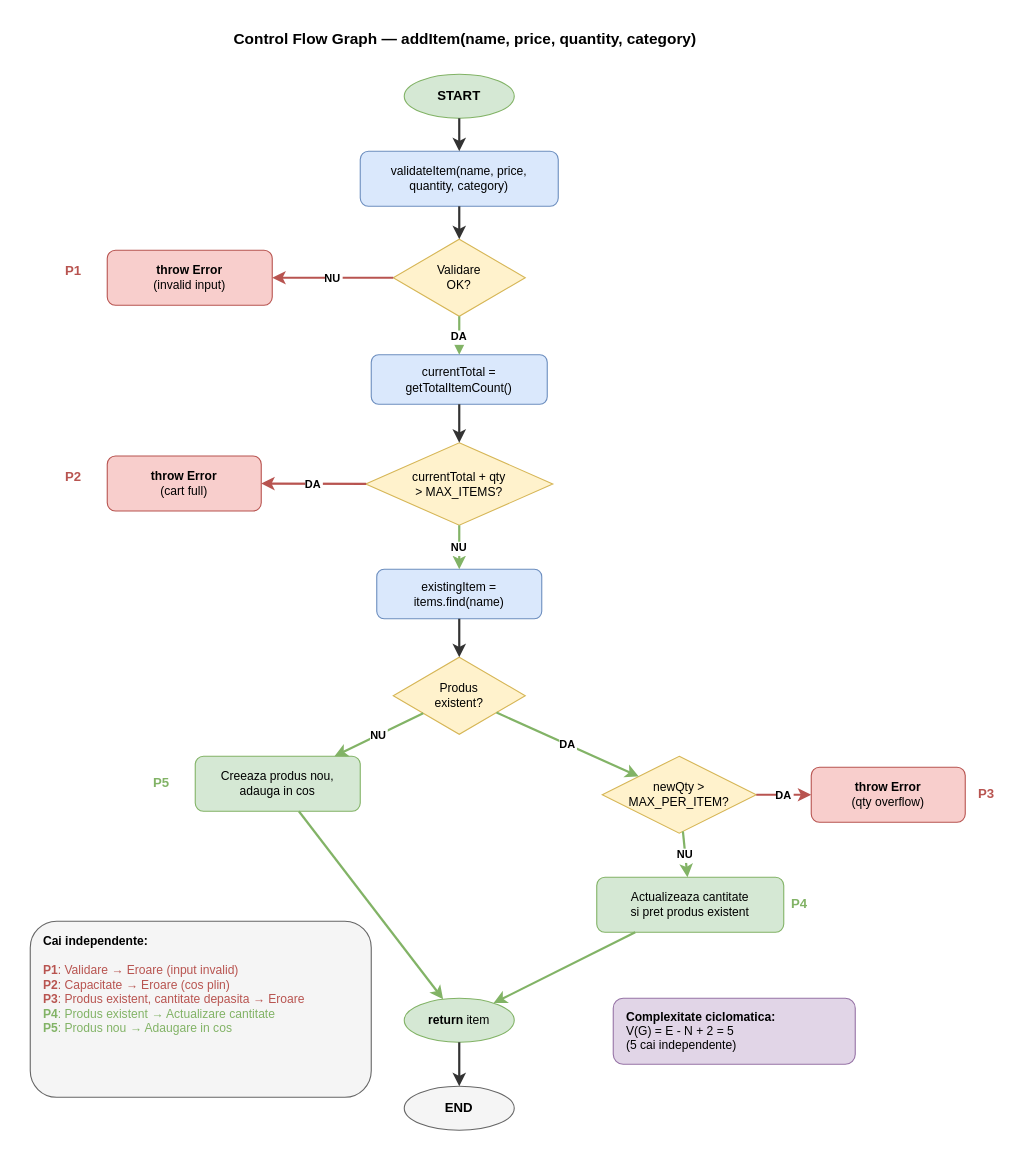
This is diagrams/4_cfg_addItem.drawio from bogdan-velicu/tss-proiect-javascript, a draw.io file, before an edit. Source tidied: cells renumbered, new cells numbered last; positions are measured from the earlier drawing's top-left corner, leaving out a move shared by most shapes. Both pictures are drawn from the tidied source at 110%, with x=0, y=0 at pixel (30, 19).
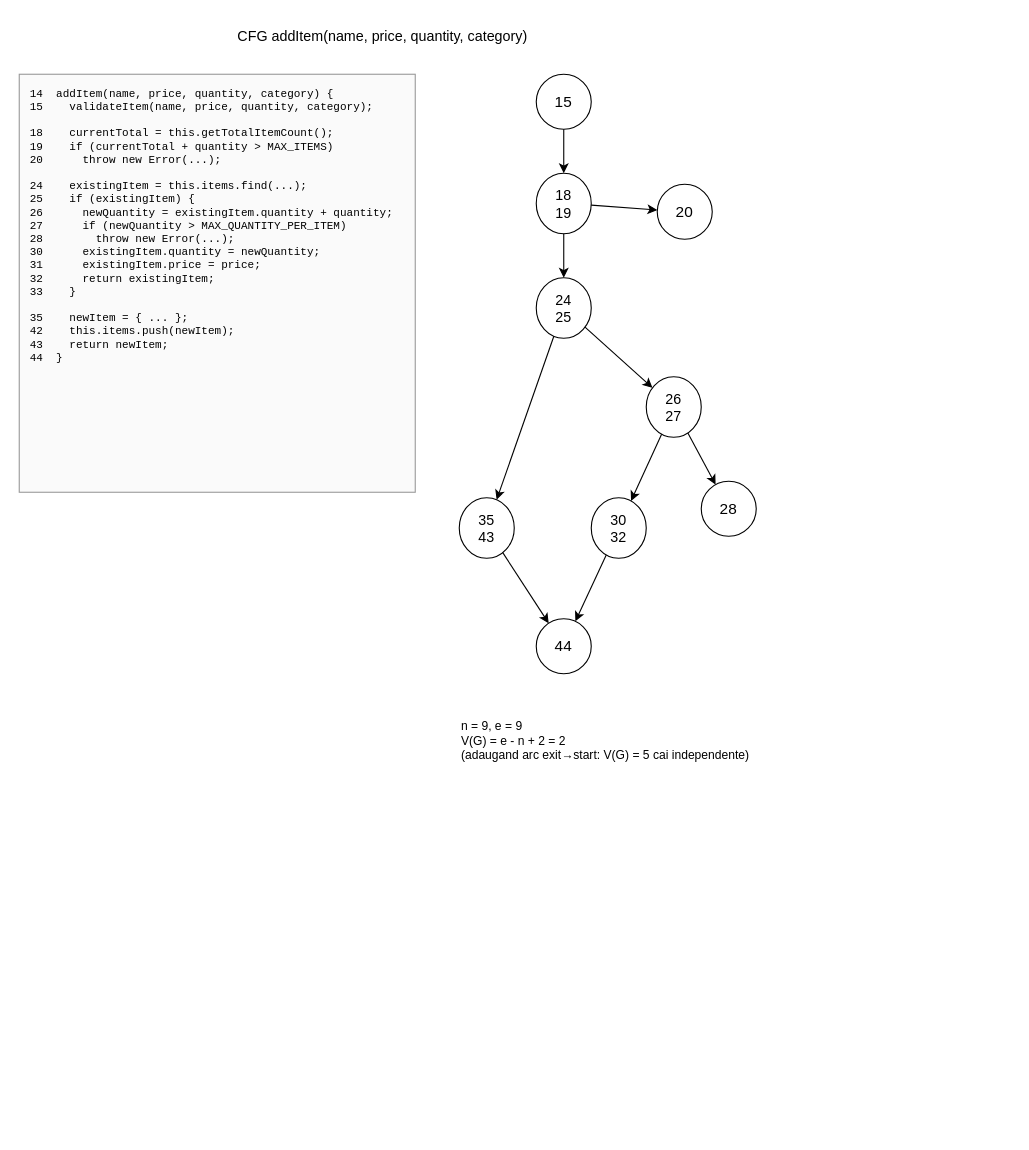
After the change.

Commit message (it also covers changes not shown here):
refacut graful CFG addItem in stilul cursului

Change to the diagram source:
```diff
@@
-    <mxCell id="2" value="&lt;b&gt;Control Flow Graph — addItem(name, price, quantity, category)&lt;/b&gt;" style="text;html=1;align=center;verticalAlign=middle;fontSize=14;strokeColor=none;fillColor=none;" parent="1" vertex="1">
-      <mxGeometry x="120" width="550" height="35" as="geometry" />
+    <mxCell id="2" value="CFG addItem(name, price, quantity, category)" style="text;html=1;align=center;verticalAlign=middle;fontSize=13;strokeColor=none;fillColor=none;" parent="1" vertex="1">
+      <mxGeometry x="90" width="460" height="30" as="geometry" />
     </mxCell>
-    <mxCell id="3" value="&lt;b&gt;START&lt;/b&gt;" style="ellipse;whiteSpace=wrap;html=1;fillColor=#d5e8d4;strokeColor=#82b366;fontSize=12;" parent="1" vertex="1">
-      <mxGeometry x="340" y="50" width="100" height="40" as="geometry" />
-    </mxCell>
-    <mxCell id="4" value="validateItem(name, price,&lt;br&gt;quantity, category)" style="rounded=1;whiteSpace=wrap;html=1;fillColor=#dae8fc;strokeColor=#6c8ebf;fontSize=11;" parent="1" vertex="1">
-      <mxGeometry x="300" y="120" width="180" height="50" as="geometry" />
-    </mxCell>
-    <mxCell id="5" style="strokeColor=#333;strokeWidth=2;" parent="1" edge="1" source="3" target="4">
-      <mxGeometry relative="1" as="geometry" />
-    </mxCell>
-    <mxCell id="6" value="Validare&lt;br&gt;OK?" style="rhombus;whiteSpace=wrap;html=1;fillColor=#fff2cc;strokeColor=#d6b656;fontSize=11;" parent="1" vertex="1">
-      <mxGeometry x="330" y="200" width="120" height="70" as="geometry" />
-    </mxCell>
-    <mxCell id="7" style="strokeColor=#333;strokeWidth=2;" parent="1" edge="1" source="4" target="6">
-      <mxGeometry relative="1" as="geometry" />
-    </mxCell>
-    <mxCell id="8" value="&lt;b&gt;throw Error&lt;/b&gt;&lt;br&gt;(invalid input)" style="rounded=1;whiteSpace=wrap;html=1;fillColor=#f8cecc;strokeColor=#b85450;fontSize=11;" parent="1" vertex="1">
-      <mxGeometry x="70" y="210" width="150" height="50" as="geometry" />
-    </mxCell>
-    <mxCell id="9" value="NU" style="strokeColor=#b85450;strokeWidth=2;fontStyle=1;fontSize=10;" parent="1" edge="1" source="6" target="8">
-      <mxGeometry relative="1" as="geometry" />
-    </mxCell>
-    <mxCell id="10" value="&lt;b&gt;P1&lt;/b&gt;" style="text;html=1;fontSize=12;fontColor=#b85450;strokeColor=none;fillColor=none;" parent="1" vertex="1">
-      <mxGeometry x="30" y="215" width="30" height="20" as="geometry" />
-    </mxCell>
-    <mxCell id="11" value="currentTotal =&lt;br&gt;getTotalItemCount()" style="rounded=1;whiteSpace=wrap;html=1;fillColor=#dae8fc;strokeColor=#6c8ebf;fontSize=11;" parent="1" vertex="1">
-      <mxGeometry x="310" y="305" width="160" height="45" as="geometry" />
-    </mxCell>
-    <mxCell id="12" value="DA" style="strokeColor=#82b366;strokeWidth=2;fontStyle=1;fontSize=10;" parent="1" edge="1" source="6" target="11">
-      <mxGeometry relative="1" as="geometry" />
-    </mxCell>
-    <mxCell id="13" value="currentTotal + qty&lt;br&gt;&amp;gt; MAX_ITEMS?" style="rhombus;whiteSpace=wrap;html=1;fillColor=#fff2cc;strokeColor=#d6b656;fontSize=11;" parent="1" vertex="1">
-      <mxGeometry x="305" y="385" width="170" height="75" as="geometry" />
-    </mxCell>
-    <mxCell id="14" style="strokeColor=#333;strokeWidth=2;" parent="1" edge="1" source="11" target="13">
-      <mxGeometry relative="1" as="geometry" />
-    </mxCell>
-    <mxCell id="15" value="&lt;b&gt;throw Error&lt;/b&gt;&lt;br&gt;(cart full)" style="rounded=1;whiteSpace=wrap;html=1;fillColor=#f8cecc;strokeColor=#b85450;fontSize=11;" parent="1" vertex="1">
-      <mxGeometry x="70" y="397" width="140" height="50" as="geometry" />
-    </mxCell>
-    <mxCell id="16" value="DA" style="strokeColor=#b85450;strokeWidth=2;fontStyle=1;fontSize=10;" parent="1" edge="1" source="13" target="15">
-      <mxGeometry relative="1" as="geometry" />
-    </mxCell>
-    <mxCell id="17" value="&lt;b&gt;P2&lt;/b&gt;" style="text;html=1;fontSize=12;fontColor=#b85450;strokeColor=none;fillColor=none;" parent="1" vertex="1">
-      <mxGeometry x="30" y="402" width="30" height="20" as="geometry" />
-    </mxCell>
-    <mxCell id="18" value="existingItem =&lt;br&gt;items.find(name)" style="rounded=1;whiteSpace=wrap;html=1;fillColor=#dae8fc;strokeColor=#6c8ebf;fontSize=11;" parent="1" vertex="1">
-      <mxGeometry x="315" y="500" width="150" height="45" as="geometry" />
-    </mxCell>
-    <mxCell id="19" value="NU" style="strokeColor=#82b366;strokeWidth=2;fontStyle=1;fontSize=10;" parent="1" edge="1" source="13" target="18">
-      <mxGeometry relative="1" as="geometry" />
-    </mxCell>
-    <mxCell id="20" value="Produs&lt;br&gt;existent?" style="rhombus;whiteSpace=wrap;html=1;fillColor=#fff2cc;strokeColor=#d6b656;fontSize=11;" parent="1" vertex="1">
-      <mxGeometry x="330" y="580" width="120" height="70" as="geometry" />
-    </mxCell>
-    <mxCell id="21" style="strokeColor=#333;strokeWidth=2;" parent="1" edge="1" source="18" target="20">
-      <mxGeometry relative="1" as="geometry" />
-    </mxCell>
-    <mxCell id="22" value="newQty &amp;gt;&lt;br&gt;MAX_PER_ITEM?" style="rhombus;whiteSpace=wrap;html=1;fillColor=#fff2cc;strokeColor=#d6b656;fontSize=11;" parent="1" vertex="1">
-      <mxGeometry x="520" y="670" width="140" height="70" as="geometry" />
-    </mxCell>
-    <mxCell id="23" value="DA" style="strokeColor=#82b366;strokeWidth=2;fontStyle=1;fontSize=10;" parent="1" edge="1" source="20" target="22">
-      <mxGeometry relative="1" as="geometry" />
-    </mxCell>
-    <mxCell id="24" value="&lt;b&gt;throw Error&lt;/b&gt;&lt;br&gt;(qty overflow)" style="rounded=1;whiteSpace=wrap;html=1;fillColor=#f8cecc;strokeColor=#b85450;fontSize=11;" parent="1" vertex="1">
-      <mxGeometry x="710" y="680" width="140" height="50" as="geometry" />
-    </mxCell>
-    <mxCell id="25" value="DA" style="strokeColor=#b85450;strokeWidth=2;fontStyle=1;fontSize=10;" parent="1" edge="1" source="22" target="24">
-      <mxGeometry relative="1" as="geometry" />
-    </mxCell>
-    <mxCell id="26" value="&lt;b&gt;P3&lt;/b&gt;" style="text;html=1;fontSize=12;fontColor=#b85450;strokeColor=none;fillColor=none;" parent="1" vertex="1">
-      <mxGeometry x="860" y="690" width="30" height="20" as="geometry" />
-    </mxCell>
-    <mxCell id="27" value="Actualizeaza cantitate&lt;br&gt;si pret produs existent" style="rounded=1;whiteSpace=wrap;html=1;fillColor=#d5e8d4;strokeColor=#82b366;fontSize=11;" parent="1" vertex="1">
-      <mxGeometry x="515" y="780" width="170" height="50" as="geometry" />
-    </mxCell>
-    <mxCell id="28" value="NU" style="strokeColor=#82b366;strokeWidth=2;fontStyle=1;fontSize=10;" parent="1" edge="1" source="22" target="27">
-      <mxGeometry relative="1" as="geometry" />
-    </mxCell>
-    <mxCell id="29" value="&lt;b&gt;P4&lt;/b&gt;" style="text;html=1;fontSize=12;fontColor=#82b366;strokeColor=none;fillColor=none;" parent="1" vertex="1">
-      <mxGeometry x="690" y="790" width="30" height="20" as="geometry" />
-    </mxCell>
-    <mxCell id="30" value="Creeaza produs nou,&lt;br&gt;adauga in cos" style="rounded=1;whiteSpace=wrap;html=1;fillColor=#d5e8d4;strokeColor=#82b366;fontSize=11;" parent="1" vertex="1">
-      <mxGeometry x="150" y="670" width="150" height="50" as="geometry" />
-    </mxCell>
-    <mxCell id="31" value="NU" style="strokeColor=#82b366;strokeWidth=2;fontStyle=1;fontSize=10;" parent="1" edge="1" source="20" target="30">
-      <mxGeometry relative="1" as="geometry" />
-    </mxCell>
-    <mxCell id="32" value="&lt;b&gt;P5&lt;/b&gt;" style="text;html=1;fontSize=12;fontColor=#82b366;strokeColor=none;fillColor=none;" parent="1" vertex="1">
-      <mxGeometry x="110" y="680" width="30" height="20" as="geometry" />
-    </mxCell>
-    <mxCell id="33" value="&lt;b&gt;return&lt;/b&gt; item" style="ellipse;whiteSpace=wrap;html=1;fillColor=#d5e8d4;strokeColor=#82b366;fontSize=11;" parent="1" vertex="1">
-      <mxGeometry x="340" y="890" width="100" height="40" as="geometry" />
-    </mxCell>
-    <mxCell id="34" style="strokeColor=#82b366;strokeWidth=2;" parent="1" edge="1" source="27" target="33">
-      <mxGeometry relative="1" as="geometry" />
-    </mxCell>
-    <mxCell id="35" style="strokeColor=#82b366;strokeWidth=2;" parent="1" edge="1" source="30" target="33">
-      <mxGeometry relative="1" as="geometry" />
-    </mxCell>
-    <mxCell id="36" value="&lt;b&gt;END&lt;/b&gt;" style="ellipse;whiteSpace=wrap;html=1;fillColor=#f5f5f5;strokeColor=#666;fontSize=12;" parent="1" vertex="1">
-      <mxGeometry x="340" y="970" width="100" height="40" as="geometry" />
-    </mxCell>
-    <mxCell id="37" style="strokeColor=#333;strokeWidth=2;" parent="1" edge="1" source="33" target="36">
-      <mxGeometry relative="1" as="geometry" />
-    </mxCell>
-    <mxCell id="38" value="&lt;b&gt;Cai independente:&lt;/b&gt;&lt;br&gt;&lt;br&gt;&lt;font color=&quot;#b85450&quot;&gt;&lt;b&gt;P1&lt;/b&gt;: Validare → Eroare (input invalid)&lt;/font&gt;&lt;br&gt;&lt;font color=&quot;#b85450&quot;&gt;&lt;b&gt;P2&lt;/b&gt;: Capacitate → Eroare (cos plin)&lt;/font&gt;&lt;br&gt;&lt;font color=&quot;#b85450&quot;&gt;&lt;b&gt;P3&lt;/b&gt;: Produs existent, cantitate depasita → Eroare&lt;/font&gt;&lt;br&gt;&lt;font color=&quot;#82b366&quot;&gt;&lt;b&gt;P4&lt;/b&gt;: Produs existent → Actualizare cantitate&lt;/font&gt;&lt;br&gt;&lt;font color=&quot;#82b366&quot;&gt;&lt;b&gt;P5&lt;/b&gt;: Produs nou → Adaugare in cos&lt;/font&gt;" style="rounded=1;whiteSpace=wrap;html=1;fillColor=#f5f5f5;strokeColor=#666;fontSize=11;align=left;spacingLeft=10;verticalAlign=top;spacingTop=5;" parent="1" vertex="1">
-      <mxGeometry y="820" width="310" height="160" as="geometry" />
-    </mxCell>
+    <mxCell id="40" value="14&amp;nbsp;&amp;nbsp;addItem(name, price, quantity, category) {&#10;15&amp;nbsp;&amp;nbsp;&amp;nbsp;&amp;nbsp;validateItem(name, price, quantity, category);&#10;&#10;18&amp;nbsp;&amp;nbsp;&amp;nbsp;&amp;nbsp;currentTotal = this.getTotalItemCount();&#10;19&amp;nbsp;&amp;nbsp;&amp;nbsp;&amp;nbsp;if (currentTotal + quantity &amp;gt; MAX_ITEMS)&#10;20&amp;nbsp;&amp;nbsp;&amp;nbsp;&amp;nbsp;&amp;nbsp;&amp;nbsp;throw new Error(...);&#10;&#10;24&amp;nbsp;&amp;nbsp;&amp;nbsp;&amp;nbsp;existingItem = this.items.find(...);&#10;25&amp;nbsp;&amp;nbsp;&amp;nbsp;&amp;nbsp;if (existingItem) {&#10;26&amp;nbsp;&amp;nbsp;&amp;nbsp;&amp;nbsp;&amp;nbsp;&amp;nbsp;newQuantity = existingItem.quantity + quantity;&#10;27&amp;nbsp;&amp;nbsp;&amp;nbsp;&amp;nbsp;&amp;nbsp;&amp;nbsp;if (newQuantity &amp;gt; MAX_QUANTITY_PER_ITEM)&#10;28&amp;nbsp;&amp;nbsp;&amp;nbsp;&amp;nbsp;&amp;nbsp;&amp;nbsp;&amp;nbsp;&amp;nbsp;throw new Error(...);&#10;30&amp;nbsp;&amp;nbsp;&amp;nbsp;&amp;nbsp;&amp;nbsp;&amp;nbsp;existingItem.quantity = newQuantity;&#10;31&amp;nbsp;&amp;nbsp;&amp;nbsp;&amp;nbsp;&amp;nbsp;&amp;nbsp;existingItem.price = price;&#10;32&amp;nbsp;&amp;nbsp;&amp;nbsp;&amp;nbsp;&amp;nbsp;&amp;nbsp;return existingItem;&#10;33&amp;nbsp;&amp;nbsp;&amp;nbsp;&amp;nbsp;}&#10;&#10;35&amp;nbsp;&amp;nbsp;&amp;nbsp;&amp;nbsp;newItem = { ... };&#10;42&amp;nbsp;&amp;nbsp;&amp;nbsp;&amp;nbsp;this.items.push(newItem);&#10;43&amp;nbsp;&amp;nbsp;&amp;nbsp;&amp;nbsp;return newItem;&#10;44&amp;nbsp;&amp;nbsp;}" style="text;html=1;align=left;verticalAlign=top;fontFamily=Courier New;fontSize=10;strokeColor=#999;fillColor=#fafafa;whiteSpace=wrap;spacingLeft=8;spacingTop=6;" parent="1" vertex="1">
+      <mxGeometry x="-10" y="50" width="360" height="380" as="geometry" />
+    </mxCell>
+    <mxCell id="41" value="15" style="ellipse;whiteSpace=wrap;html=1;fillColor=none;strokeColor=#000;fontSize=14;" parent="1" vertex="1">
+      <mxGeometry x="460" y="50" width="50" height="50" as="geometry" />
+    </mxCell>
+    <mxCell id="42" value="18&#10;19" style="ellipse;whiteSpace=wrap;html=1;fillColor=none;strokeColor=#000;fontSize=13;" parent="1" vertex="1">
+      <mxGeometry x="460" y="140" width="50" height="55" as="geometry" />
+    </mxCell>
+    <mxCell id="43" value="20" style="ellipse;whiteSpace=wrap;html=1;fillColor=none;strokeColor=#000;fontSize=14;" parent="1" vertex="1">
+      <mxGeometry x="570" y="150" width="50" height="50" as="geometry" />
+    </mxCell>
+    <mxCell id="44" value="24&#10;25" style="ellipse;whiteSpace=wrap;html=1;fillColor=none;strokeColor=#000;fontSize=13;" parent="1" vertex="1">
+      <mxGeometry x="460" y="235" width="50" height="55" as="geometry" />
+    </mxCell>
+    <mxCell id="45" value="26&#10;27" style="ellipse;whiteSpace=wrap;html=1;fillColor=none;strokeColor=#000;fontSize=13;" parent="1" vertex="1">
+      <mxGeometry x="560" y="325" width="50" height="55" as="geometry" />
+    </mxCell>
+    <mxCell id="46" value="28" style="ellipse;whiteSpace=wrap;html=1;fillColor=none;strokeColor=#000;fontSize=14;" parent="1" vertex="1">
+      <mxGeometry x="610" y="420" width="50" height="50" as="geometry" />
+    </mxCell>
+    <mxCell id="47" value="30&#10;32" style="ellipse;whiteSpace=wrap;html=1;fillColor=none;strokeColor=#000;fontSize=13;" parent="1" vertex="1">
+      <mxGeometry x="510" y="435" width="50" height="55" as="geometry" />
+    </mxCell>
+    <mxCell id="48" value="35&#10;43" style="ellipse;whiteSpace=wrap;html=1;fillColor=none;strokeColor=#000;fontSize=13;" parent="1" vertex="1">
+      <mxGeometry x="390" y="435" width="50" height="55" as="geometry" />
+    </mxCell>
+    <mxCell id="49" value="44" style="ellipse;whiteSpace=wrap;html=1;fillColor=none;strokeColor=#000;fontSize=14;" parent="1" vertex="1">
+      <mxGeometry x="460" y="545" width="50" height="50" as="geometry" />
+    </mxCell>
+    <mxCell id="50" style="endArrow=classic;strokeColor=#000;" parent="1" edge="1" source="41" target="42">
+      <mxGeometry relative="1" as="geometry" />
+    </mxCell>
+    <mxCell id="51" style="endArrow=classic;strokeColor=#000;" parent="1" edge="1" source="42" target="43">
+      <mxGeometry relative="1" as="geometry" />
+    </mxCell>
+    <mxCell id="52" style="endArrow=classic;strokeColor=#000;" parent="1" edge="1" source="42" target="44">
+      <mxGeometry relative="1" as="geometry" />
+    </mxCell>
+    <mxCell id="53" style="endArrow=classic;strokeColor=#000;" parent="1" edge="1" source="44" target="45">
+      <mxGeometry relative="1" as="geometry" />
+    </mxCell>
+    <mxCell id="54" style="endArrow=classic;strokeColor=#000;" parent="1" edge="1" source="44" target="48">
+      <mxGeometry relative="1" as="geometry" />
+    </mxCell>
+    <mxCell id="55" style="endArrow=classic;strokeColor=#000;" parent="1" edge="1" source="45" target="46">
+      <mxGeometry relative="1" as="geometry" />
+    </mxCell>
+    <mxCell id="56" style="endArrow=classic;strokeColor=#000;" parent="1" edge="1" source="45" target="47">
+      <mxGeometry relative="1" as="geometry" />
+    </mxCell>
+    <mxCell id="57" style="endArrow=classic;strokeColor=#000;" parent="1" edge="1" source="47" target="49">
+      <mxGeometry relative="1" as="geometry" />
+    </mxCell>
+    <mxCell id="58" style="endArrow=classic;strokeColor=#000;" parent="1" edge="1" source="48" target="49">
+      <mxGeometry relative="1" as="geometry" />
+    </mxCell>
-    <mxCell id="39" value="&lt;b&gt;Complexitate ciclomatica:&lt;/b&gt;&lt;br&gt;V(G) = E - N + 2 = 5&lt;br&gt;(5 cai independente)" style="rounded=1;whiteSpace=wrap;html=1;fillColor=#e1d5e7;strokeColor=#9673a6;fontSize=11;align=left;spacingLeft=10;" parent="1" vertex="1">
-      <mxGeometry x="530" y="890" width="220" height="60" as="geometry" />
+    <mxCell id="39" value="n = 9, e = 9&#10;V(G) = e - n + 2 = 2&#10;(adaugand arc exit&amp;rarr;start: V(G) = 5 cai independente)" style="text;html=1;align=left;verticalAlign=top;fontSize=11;strokeColor=none;fillColor=none;whiteSpace=wrap;" parent="1" vertex="1">
+      <mxGeometry x="390" y="630" width="280" height="60" as="geometry" />
     </mxCell>
```
